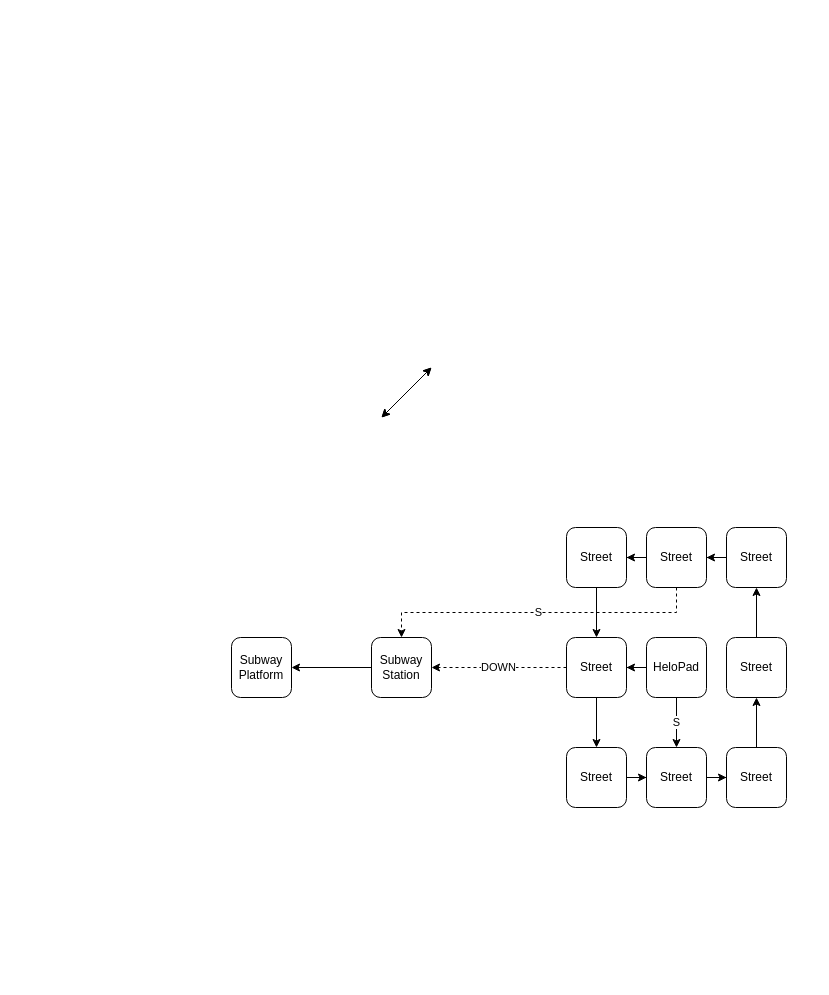
chieroglyph/chieroglyph keeps this draw.io diagram as tunnel_wastes.drawio. Above is the earlier version. Source tidied: cells renumbered, new cells numbered last; positions are measured from the earlier drawing's top-left corner, leaving out a move shared by most shapes. Both pictures are drawn from the tidied source at 100%, with x=0, y=0 at pixel (231, 367).
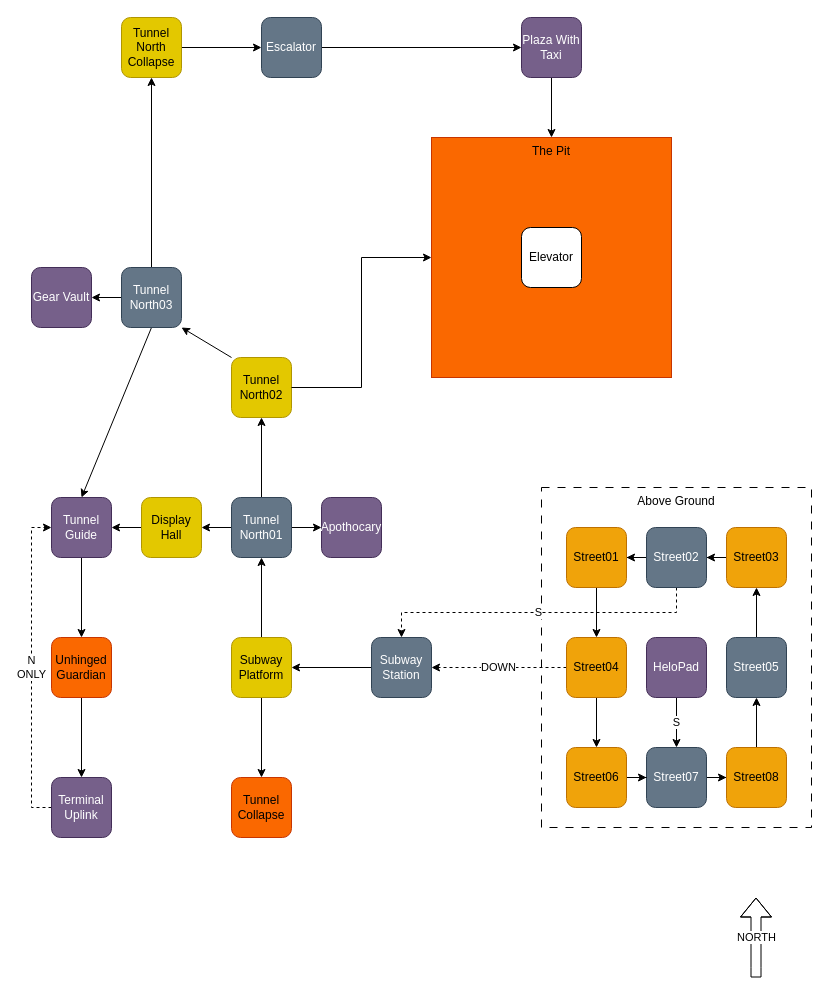
After the change.

What changed in the source:
```diff
@@
+    <mxCell id="28" value="The Pit" style="whiteSpace=wrap;html=1;verticalAlign=top;fillColor=#fa6800;fontColor=#000000;strokeColor=#C73500;" parent="1" vertex="1">
+      <mxGeometry x="200" y="-230" width="240" height="240" as="geometry" />
+    </mxCell>
+    <mxCell id="29" value="Above Ground" style="rounded=0;whiteSpace=wrap;html=1;verticalAlign=top;dashed=1;dashPattern=8 8;" parent="1" vertex="1">
+      <mxGeometry x="310" y="120" width="270" height="340" as="geometry" />
+    </mxCell>
@@
-    <mxCell id="4" value="HeloPad" style="rounded=1;whiteSpace=wrap;html=1;" parent="1" vertex="1">
+    <mxCell id="4" value="HeloPad" style="rounded=1;whiteSpace=wrap;html=1;fillColor=#76608a;fontColor=#ffffff;strokeColor=#432D57;" parent="1" vertex="1">
       <mxGeometry x="415" y="270" width="60" height="60" as="geometry" />
     </mxCell>
@@
-    <mxCell id="6" value="Subway Station" style="rounded=1;whiteSpace=wrap;html=1;" parent="1" vertex="1">
+    <mxCell id="6" value="Subway Station" style="rounded=1;whiteSpace=wrap;html=1;fillColor=#647687;fontColor=#ffffff;strokeColor=#314354;" parent="1" vertex="1">
       <mxGeometry x="140" y="270" width="60" height="60" as="geometry" />
     </mxCell>
@@
-    <mxCell id="8" value="Street" style="rounded=1;whiteSpace=wrap;html=1;" parent="1" vertex="1">
+    <mxCell id="8" value="Street07" style="rounded=1;whiteSpace=wrap;html=1;fillColor=#647687;fontColor=#ffffff;strokeColor=#314354;" parent="1" vertex="1">
       <mxGeometry x="415" y="380" width="60" height="60" as="geometry" />
     </mxCell>
@@
-    <mxCell id="10" value="Street" style="rounded=1;whiteSpace=wrap;html=1;" parent="1" vertex="1">
+    <mxCell id="10" value="Street08" style="rounded=1;whiteSpace=wrap;html=1;fillColor=#f0a30a;fontColor=#000000;strokeColor=#BD7000;" parent="1" vertex="1">
       <mxGeometry x="495" y="380" width="60" height="60" as="geometry" />
     </mxCell>
@@
-    <mxCell id="12" value="Street" style="rounded=1;whiteSpace=wrap;html=1;" parent="1" vertex="1">
+    <mxCell id="12" value="Street05" style="rounded=1;whiteSpace=wrap;html=1;fillColor=#647687;fontColor=#ffffff;strokeColor=#314354;" parent="1" vertex="1">
       <mxGeometry x="495" y="270" width="60" height="60" as="geometry" />
     </mxCell>
@@
-    <mxCell id="14" value="Street" style="rounded=1;whiteSpace=wrap;html=1;" parent="1" vertex="1">
+    <mxCell id="14" value="Street03" style="rounded=1;whiteSpace=wrap;html=1;fillColor=#f0a30a;fontColor=#000000;strokeColor=#BD7000;" parent="1" vertex="1">
       <mxGeometry x="495" y="160" width="60" height="60" as="geometry" />
     </mxCell>
@@
-    <mxCell id="17" value="Street" style="rounded=1;whiteSpace=wrap;html=1;" parent="1" vertex="1">
+    <mxCell id="17" value="Street02" style="rounded=1;whiteSpace=wrap;html=1;fillColor=#647687;fontColor=#ffffff;strokeColor=#314354;" parent="1" vertex="1">
       <mxGeometry x="415" y="160" width="60" height="60" as="geometry" />
     </mxCell>
@@
-    <mxCell id="19" value="Street" style="rounded=1;whiteSpace=wrap;html=1;" parent="1" vertex="1">
+    <mxCell id="19" value="Street01" style="rounded=1;whiteSpace=wrap;html=1;fillColor=#f0a30a;fontColor=#000000;strokeColor=#BD7000;" parent="1" vertex="1">
       <mxGeometry x="335" y="160" width="60" height="60" as="geometry" />
     </mxCell>
@@
-    <mxCell id="22" value="Street" style="rounded=1;whiteSpace=wrap;html=1;" parent="1" vertex="1">
+    <mxCell id="22" value="Street06" style="rounded=1;whiteSpace=wrap;html=1;fillColor=#f0a30a;fontColor=#000000;strokeColor=#BD7000;" parent="1" vertex="1">
       <mxGeometry x="335" y="380" width="60" height="60" as="geometry" />
     </mxCell>
-    <mxCell id="23" style="edgeStyle=orthogonalEdgeStyle;rounded=0;jettySize=auto;html=1;" parent="1" edge="1" source="4" target="24">
-      <mxGeometry relative="1" as="geometry" />
-    </mxCell>
-    <mxCell id="24" value="Street" style="rounded=1;whiteSpace=wrap;html=1;" parent="1" vertex="1">
+    <mxCell id="24" value="Street04" style="rounded=1;whiteSpace=wrap;html=1;fillColor=#f0a30a;fontColor=#000000;strokeColor=#BD7000;" parent="1" vertex="1">
       <mxGeometry x="335" y="270" width="60" height="60" as="geometry" />
     </mxCell>
+    <mxCell id="30" style="edgeStyle=orthogonalEdgeStyle;rounded=0;jettySize=auto;html=1;" parent="1" edge="1" source="25" target="35">
+      <mxGeometry relative="1" as="geometry" />
+    </mxCell>
+    <mxCell id="31" style="edgeStyle=orthogonalEdgeStyle;rounded=0;jettySize=auto;html=1;" parent="1" edge="1" source="25" target="51">
+      <mxGeometry relative="1" as="geometry" />
+    </mxCell>
-    <mxCell id="25" value="&lt;div&gt;Subway Platform&lt;/div&gt;" style="rounded=1;whiteSpace=wrap;html=1;" parent="1" vertex="1">
+    <mxCell id="25" value="&lt;div&gt;Subway Platform&lt;/div&gt;" style="rounded=1;whiteSpace=wrap;html=1;fillColor=#e3c800;fontColor=#000000;strokeColor=#B09500;" parent="1" vertex="1">
       <mxGeometry y="270" width="60" height="60" as="geometry" />
     </mxCell>
-    <mxCell id="26" style="endArrow=classic;startArrow=classic;html=1;rounded=0;" parent="1" edge="1">
-      <mxGeometry relative="1" as="geometry">
-        <mxPoint x="150" y="50" as="sourcePoint" />
-        <mxPoint x="200" as="targetPoint" />
-      </mxGeometry>
-    </mxCell>
-    <mxCell id="27" style="endArrow=classic;startArrow=classic;html=1;rounded=0;" parent="1" edge="1">
-      <mxGeometry relative="1" as="geometry">
-        <mxPoint x="150" y="50" as="sourcePoint" />
-        <mxPoint x="200" as="targetPoint" />
-      </mxGeometry>
-    </mxCell>
+    <mxCell id="32" style="edgeStyle=orthogonalEdgeStyle;rounded=0;jettySize=auto;html=1;" parent="1" edge="1" source="35" target="37">
+      <mxGeometry relative="1" as="geometry" />
+    </mxCell>
+    <mxCell id="33" style="edgeStyle=orthogonalEdgeStyle;rounded=0;jettySize=auto;html=1;" parent="1" edge="1" source="35" target="43">
+      <mxGeometry relative="1" as="geometry" />
+    </mxCell>
+    <mxCell id="34" style="edgeStyle=orthogonalEdgeStyle;rounded=0;jettySize=auto;html=1;" parent="1" edge="1" source="35" target="49">
+      <mxGeometry relative="1" as="geometry" />
+    </mxCell>
+    <mxCell id="35" value="Tunnel North01" style="rounded=1;whiteSpace=wrap;html=1;fillColor=#647687;fontColor=#ffffff;strokeColor=#314354;" parent="1" vertex="1">
+      <mxGeometry y="130" width="60" height="60" as="geometry" />
+    </mxCell>
+    <mxCell id="36" style="rounded=0;jettySize=auto;html=1;entryX=1;entryY=1;entryDx=0;entryDy=0;exitX=0;exitY=0;exitDx=0;exitDy=0;" parent="1" edge="1" source="37" target="41">
+      <mxGeometry relative="1" as="geometry" />
+    </mxCell>
+    <mxCell id="37" value="Tunnel North02" style="rounded=1;whiteSpace=wrap;html=1;fillColor=#e3c800;fontColor=#000000;strokeColor=#B09500;" parent="1" vertex="1">
+      <mxGeometry y="-10" width="60" height="60" as="geometry" />
+    </mxCell>
+    <mxCell id="38" style="rounded=0;jettySize=auto;html=1;exitX=0.5;exitY=1;exitDx=0;exitDy=0;entryX=0.5;entryY=0;entryDx=0;entryDy=0;" parent="1" edge="1" source="41" target="45">
+      <mxGeometry relative="1" as="geometry" />
+    </mxCell>
+    <mxCell id="39" style="edgeStyle=orthogonalEdgeStyle;rounded=0;jettySize=auto;html=1;" parent="1" edge="1" source="41" target="55">
+      <mxGeometry relative="1" as="geometry" />
+    </mxCell>
+    <mxCell id="40" style="edgeStyle=orthogonalEdgeStyle;rounded=0;jettySize=auto;html=1;" parent="1" edge="1" source="41" target="61">
+      <mxGeometry relative="1" as="geometry" />
+    </mxCell>
+    <mxCell id="41" value="Tunnel North03" style="rounded=1;whiteSpace=wrap;html=1;fillColor=#647687;fontColor=#ffffff;strokeColor=#314354;" parent="1" vertex="1">
+      <mxGeometry x="-110" y="-100" width="60" height="60" as="geometry" />
+    </mxCell>
+    <mxCell id="42" style="edgeStyle=orthogonalEdgeStyle;rounded=0;jettySize=auto;html=1;" parent="1" edge="1" source="43" target="45">
+      <mxGeometry relative="1" as="geometry" />
+    </mxCell>
+    <mxCell id="43" value="Display Hall" style="rounded=1;whiteSpace=wrap;html=1;fillColor=#e3c800;fontColor=#000000;strokeColor=#B09500;" parent="1" vertex="1">
+      <mxGeometry x="-90" y="130" width="60" height="60" as="geometry" />
+    </mxCell>
+    <mxCell id="44" style="edgeStyle=orthogonalEdgeStyle;rounded=0;jettySize=auto;html=1;" parent="1" edge="1" source="45" target="48">
+      <mxGeometry relative="1" as="geometry" />
+    </mxCell>
+    <mxCell id="45" value="Tunnel Guide" style="rounded=1;whiteSpace=wrap;html=1;fillColor=#76608a;fontColor=#ffffff;strokeColor=#432D57;" parent="1" vertex="1">
+      <mxGeometry x="-180" y="130" width="60" height="60" as="geometry" />
+    </mxCell>
+    <mxCell id="46" value="NORTH" style="shape=flexArrow;endArrow=classic;html=1;rounded=0;" parent="1" edge="1">
+      <mxGeometry relative="1" as="geometry">
+        <mxPoint x="524.5" y="610" as="sourcePoint" />
+        <mxPoint x="524.5" y="530" as="targetPoint" />
+        <Array as="points">
+          <mxPoint x="524.5" y="600" />
+        </Array>
+      </mxGeometry>
+    </mxCell>
+    <mxCell id="47" style="edgeStyle=orthogonalEdgeStyle;rounded=0;jettySize=auto;html=1;" parent="1" edge="1" source="48" target="53">
+      <mxGeometry relative="1" as="geometry" />
+    </mxCell>
+    <mxCell id="48" value="Unhinged Guardian" style="rounded=1;whiteSpace=wrap;html=1;fillColor=#fa6800;fontColor=#000000;strokeColor=#C73500;" parent="1" vertex="1">
+      <mxGeometry x="-180" y="270" width="60" height="60" as="geometry" />
+    </mxCell>
+    <mxCell id="49" value="Apothocary" style="rounded=1;whiteSpace=wrap;html=1;fillColor=#76608a;fontColor=#ffffff;strokeColor=#432D57;" parent="1" vertex="1">
+      <mxGeometry x="90" y="130" width="60" height="60" as="geometry" />
+    </mxCell>
+    <mxCell id="50" value="Elevator" style="rounded=1;whiteSpace=wrap;html=1;" parent="1" vertex="1">
+      <mxGeometry x="290" y="-140" width="60" height="60" as="geometry" />
+    </mxCell>
+    <mxCell id="51" value="Tunnel Collapse" style="rounded=1;whiteSpace=wrap;html=1;fillColor=#fa6800;fontColor=#000000;strokeColor=#C73500;" parent="1" vertex="1">
+      <mxGeometry y="410" width="60" height="60" as="geometry" />
+    </mxCell>
+    <mxCell id="52" value="&lt;div&gt;N&lt;/div&gt;ONLY" style="edgeStyle=orthogonalEdgeStyle;rounded=0;jettySize=auto;html=1;exitX=0;exitY=0.5;exitDx=0;exitDy=0;entryX=0;entryY=0.5;entryDx=0;entryDy=0;dashed=1;" parent="1" edge="1" source="53" target="45">
+      <mxGeometry relative="1" as="geometry" />
+    </mxCell>
+    <mxCell id="53" value="Terminal Uplink" style="rounded=1;whiteSpace=wrap;html=1;fillColor=#76608a;fontColor=#ffffff;strokeColor=#432D57;" parent="1" vertex="1">
+      <mxGeometry x="-180" y="410" width="60" height="60" as="geometry" />
+    </mxCell>
+    <mxCell id="54" style="edgeStyle=orthogonalEdgeStyle;rounded=0;jettySize=auto;html=1;" parent="1" edge="1" source="55" target="58">
+      <mxGeometry relative="1" as="geometry" />
+    </mxCell>
+    <mxCell id="55" value="Tunnel North Collapse" style="rounded=1;whiteSpace=wrap;html=1;fillColor=#e3c800;fontColor=#000000;strokeColor=#B09500;" parent="1" vertex="1">
+      <mxGeometry x="-110" y="-350" width="60" height="60" as="geometry" />
+    </mxCell>
+    <mxCell id="56" style="edgeStyle=orthogonalEdgeStyle;rounded=0;jettySize=auto;html=1;" parent="1" edge="1" source="37" target="28">
+      <mxGeometry relative="1" as="geometry" />
+    </mxCell>
+    <mxCell id="57" style="edgeStyle=orthogonalEdgeStyle;rounded=0;jettySize=auto;html=1;" parent="1" edge="1" source="58" target="60">
+      <mxGeometry relative="1" as="geometry" />
+    </mxCell>
+    <mxCell id="58" value="Escalator" style="rounded=1;whiteSpace=wrap;html=1;fillColor=#647687;fontColor=#ffffff;strokeColor=#314354;" parent="1" vertex="1">
+      <mxGeometry x="30" y="-350" width="60" height="60" as="geometry" />
+    </mxCell>
+    <mxCell id="59" style="edgeStyle=orthogonalEdgeStyle;rounded=0;jettySize=auto;html=1;exitX=0.5;exitY=1;exitDx=0;exitDy=0;entryX=0.5;entryY=0;entryDx=0;entryDy=0;" parent="1" edge="1" source="60" target="28">
+      <mxGeometry relative="1" as="geometry" />
+    </mxCell>
+    <mxCell id="60" value="Plaza With Taxi" style="rounded=1;whiteSpace=wrap;html=1;fillColor=#76608a;fontColor=#ffffff;strokeColor=#432D57;" parent="1" vertex="1">
+      <mxGeometry x="290" y="-350" width="60" height="60" as="geometry" />
+    </mxCell>
+    <mxCell id="61" value="Gear Vault" style="rounded=1;whiteSpace=wrap;html=1;fillColor=#76608a;fontColor=#ffffff;strokeColor=#432D57;" parent="1" vertex="1">
+      <mxGeometry x="-200" y="-100" width="60" height="60" as="geometry" />
+    </mxCell>
```
